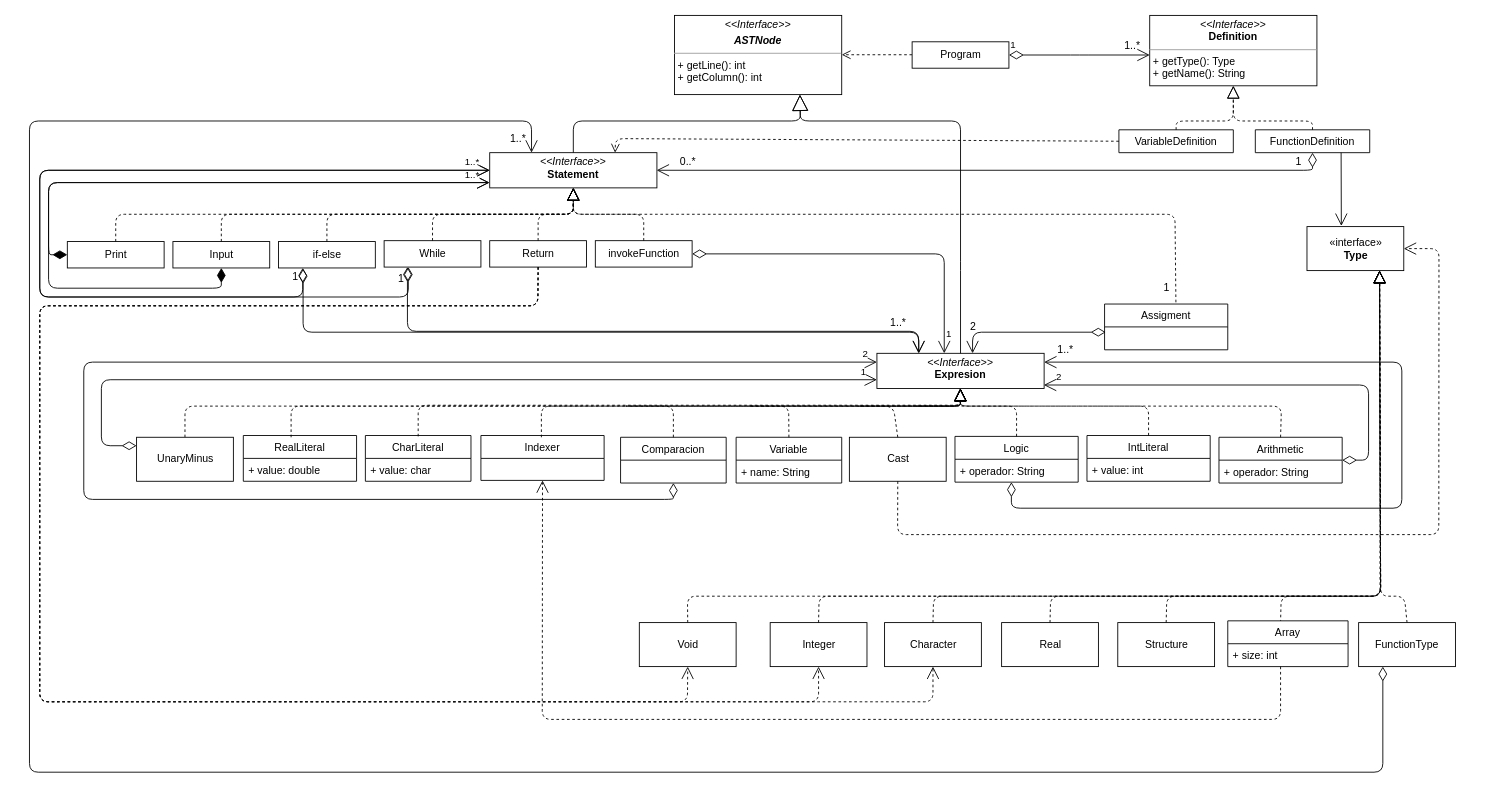
marcosmatilla/Diseno-Lenguajes-Programacion keeps this draw.io diagram as lab_01/DLP_lab01.drawio. Above is the earlier version. Source tidied: cells renumbered, new cells numbered last; positions are measured from the earlier drawing's top-left corner, leaving out a move shared by most shapes. Both pictures are drawn from the tidied source at 88%, with x=0, y=0 at pixel (29, 15).
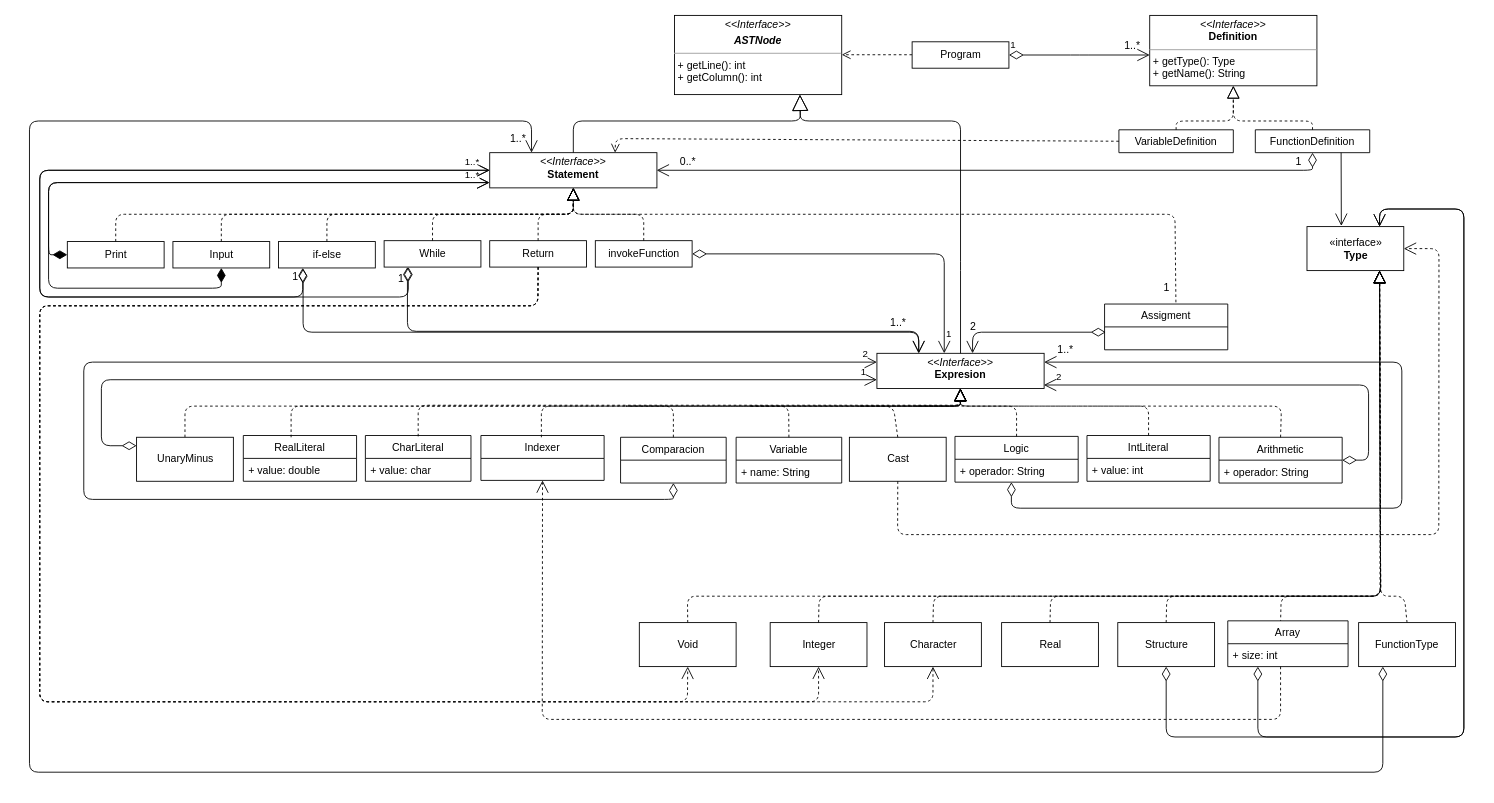
Above is the later version.

Unchanged cells that the change refers to:
```xml
<mxCell id="21" value="«interface»&lt;br&gt;&lt;b&gt;Type&lt;/b&gt;" style="html=1;" parent="1" vertex="1">
  <mxGeometry x="1451.7" y="240" width="110" height="50" as="geometry" />
</mxCell>
<mxCell id="54" value="Structure" style="html=1;" parent="1" vertex="1">
  <mxGeometry x="1236.7" y="690" width="110" height="50" as="geometry" />
</mxCell>
<mxCell id="100" value="Array" style="swimlane;fontStyle=0;align=center;verticalAlign=top;horizontal=1;startSize=26;" parent="1" vertex="1">
  <mxGeometry x="1361.7" y="688" width="136.7" height="52" as="geometry" />
</mxCell>
```

Change to the diagram source:
```diff
@@
+    <mxCell id="102" style="endArrow=open;html=1;endSize=12;startArrow=diamondThin;startSize=14;startFill=0;edgeStyle=orthogonalEdgeStyle;align=left;verticalAlign=bottom;exitX=0.5;exitY=1;exitDx=0;exitDy=0;entryX=0.75;entryY=0;entryDx=0;entryDy=0;" parent="1" edge="1" source="54" target="21">
+      <mxGeometry x="-0.93" y="28" relative="1" as="geometry">
+        <Array as="points">
+          <mxPoint x="1292" y="820" />
+          <mxPoint x="1630" y="820" />
+          <mxPoint x="1630" y="220" />
+          <mxPoint x="1534" y="220" />
+        </Array>
+      </mxGeometry>
+    </mxCell>
+    <mxCell id="103" style="endArrow=open;html=1;endSize=12;startArrow=diamondThin;startSize=14;startFill=0;edgeStyle=orthogonalEdgeStyle;align=left;verticalAlign=bottom;exitX=0.25;exitY=1;exitDx=0;exitDy=0;entryX=0.75;entryY=0;entryDx=0;entryDy=0;" parent="1" edge="1" source="100" target="21">
+      <mxGeometry x="-0.94" y="-36" relative="1" as="geometry">
+        <Array as="points">
+          <mxPoint x="1396" y="820" />
+          <mxPoint x="1630" y="820" />
+          <mxPoint x="1630" y="220" />
+          <mxPoint x="1534" y="220" />
+        </Array>
+      </mxGeometry>
+    </mxCell>
```
